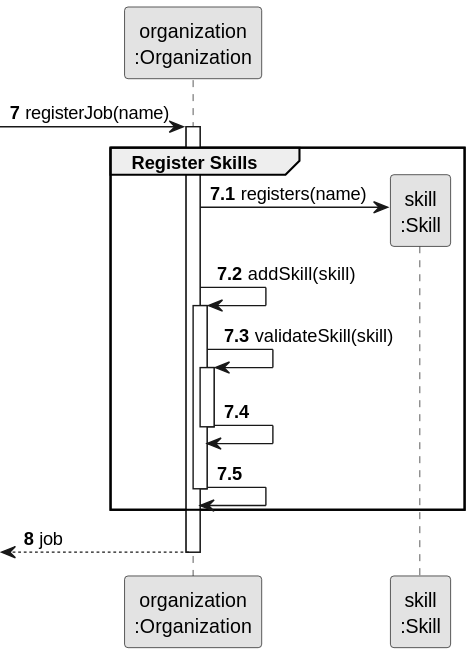
This is docs/sprintB/us001/03.design/svg/us001-sequence-diagram-partial-register-skills.svg from diogoveirospro/lei-24-s2-1dg-g072, a PlantUML export, as it was before one commit. Source of this version:
```plantuml
@startuml
skinparam monochrome true
skinparam packageStyle rectangle
skinparam shadowing false

participant "organization\n:Organization" as ORG
participant "skill\n:Skill" as SKILL

autonumber 7
-> ORG: registerJob(name)

autonumber 7.1
activate ORG
    group Register Skills

        ORG -> SKILL**: registers(name)
        ORG -> ORG: addSkill(skill)
        activate ORG
                ORG -> ORG: validateSkill(skill)
                activate ORG

                        ORG -> ORG
                deactivate ORG

                ORG -> ORG
        deactivate ORG
    end

    autonumber 8
    <-- ORG : job
deactivate ORG
@enduml
```
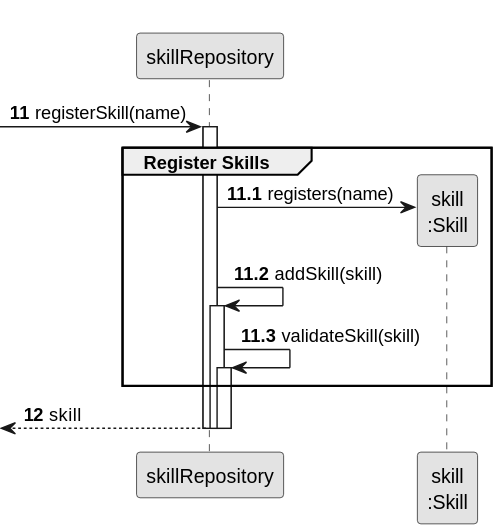
The same diagram one commit later.

What changed in the source:
```diff
@@ -3,30 +3,32 @@
 skinparam packageStyle rectangle
 skinparam shadowing false
 
-participant "organization\n:Organization" as ORG
+participant "skillRepository" as SREP
 participant "skill\n:Skill" as SKILL
 
-autonumber 7
--> ORG: registerJob(name)
+autonumber 11
+-> SREP: registerSkill(name)
 
-autonumber 7.1
-activate ORG
+autonumber 11.1
+activate SREP
     group Register Skills
 
-        ORG -> SKILL**: registers(name)
-        ORG -> ORG: addSkill(skill)
-        activate ORG
-                ORG -> ORG: validateSkill(skill)
-                activate ORG
+        SREP -> SKILL**: registers(name)
+        SREP -> SREP: addSkill(skill)
+        activate SREP
+                SREP -> SREP: validateSkill(skill)
+                activate SREP
 
-                        ORG -> ORG
-                deactivate ORG
 
-                ORG -> ORG
-        deactivate ORG
+
+
     end
 
-    autonumber 8
-    <-- ORG : job
-deactivate ORG
+    autonumber 12
+    <-- SREP : skill
+                deactivate SREP
+
+       deactivate SREP
+
+deactivate SREP
 @enduml
```
